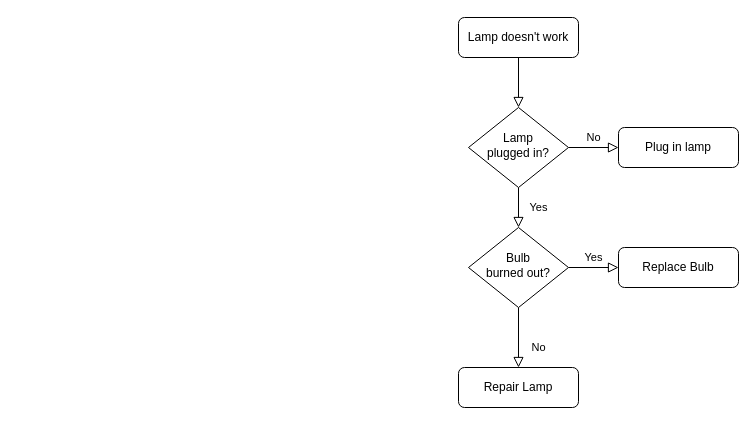
The draw.io diagram Untitled Diagram.drawio in zhuzicc/Springboot, before the edit. Source tidied: cells renumbered, new cells numbered last; positions are measured from the earlier drawing's top-left corner, leaving out a move shared by most shapes. Both pictures are drawn from the tidied source at 100%, with x=0, y=0 at pixel (458, 17).
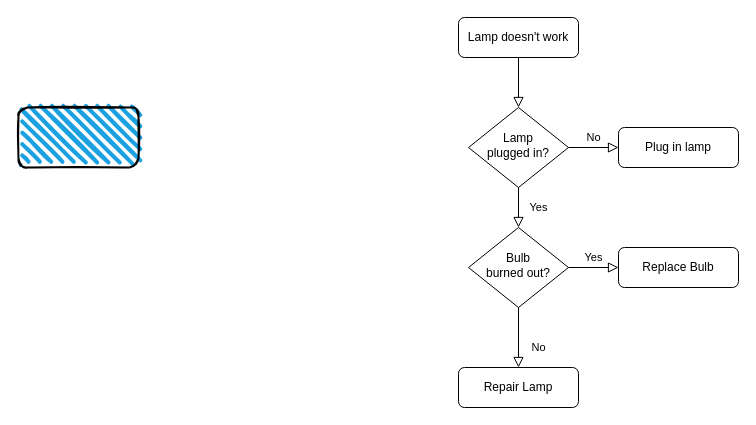
After the change.

What changed in the source:
```diff
@@
 <mxGraphModel>
   <root>
     <mxCell id="0" />
     <mxCell id="1" parent="0" />
     <mxCell id="2" style="rounded=0;html=1;jettySize=auto;fontSize=11;endArrow=block;endFill=0;endSize=8;strokeWidth=1;shadow=0;labelBackgroundColor=none;edgeStyle=orthogonalEdgeStyle;" parent="1" edge="1" source="3" target="6">
       <mxGeometry relative="1" as="geometry" />
     </mxCell>
     <mxCell id="3" value="Lamp doesn't work" style="rounded=1;whiteSpace=wrap;html=1;fontSize=12;glass=0;strokeWidth=1;shadow=0;" parent="1" vertex="1">
       <mxGeometry width="120" height="40" as="geometry" />
     </mxCell>
     <mxCell id="4" value="Yes" style="rounded=0;html=1;jettySize=auto;fontSize=11;endArrow=block;endFill=0;endSize=8;strokeWidth=1;shadow=0;labelBackgroundColor=none;edgeStyle=orthogonalEdgeStyle;" parent="1" edge="1" source="6" target="10">
       <mxGeometry y="20" relative="1" as="geometry" />
     </mxCell>
     <mxCell id="5" value="No" style="edgeStyle=orthogonalEdgeStyle;rounded=0;html=1;jettySize=auto;fontSize=11;endArrow=block;endFill=0;endSize=8;strokeWidth=1;shadow=0;labelBackgroundColor=none;" parent="1" edge="1" source="6" target="7">
       <mxGeometry y="10" relative="1" as="geometry" />
     </mxCell>
     <mxCell id="6" value="Lamp&lt;br&gt;plugged in?" style="rhombus;whiteSpace=wrap;html=1;shadow=0;fontFamily=Helvetica;fontSize=12;align=center;strokeWidth=1;spacing=6;spacingTop=-4;" parent="1" vertex="1">
       <mxGeometry x="10" y="90" width="100" height="80" as="geometry" />
     </mxCell>
     <mxCell id="7" value="Plug in lamp" style="rounded=1;whiteSpace=wrap;html=1;fontSize=12;glass=0;strokeWidth=1;shadow=0;" parent="1" vertex="1">
       <mxGeometry x="160" y="110" width="120" height="40" as="geometry" />
     </mxCell>
     <mxCell id="8" value="No" style="rounded=0;html=1;jettySize=auto;fontSize=11;endArrow=block;endFill=0;endSize=8;strokeWidth=1;shadow=0;labelBackgroundColor=none;edgeStyle=orthogonalEdgeStyle;" parent="1" edge="1" source="10" target="11">
       <mxGeometry x="0.33" y="20" relative="1" as="geometry" />
     </mxCell>
     <mxCell id="9" value="Yes" style="edgeStyle=orthogonalEdgeStyle;rounded=0;html=1;jettySize=auto;fontSize=11;endArrow=block;endFill=0;endSize=8;strokeWidth=1;shadow=0;labelBackgroundColor=none;" parent="1" edge="1" source="10" target="12">
       <mxGeometry y="10" relative="1" as="geometry" />
     </mxCell>
     <mxCell id="10" value="Bulb&lt;br&gt;burned out?" style="rhombus;whiteSpace=wrap;html=1;shadow=0;fontFamily=Helvetica;fontSize=12;align=center;strokeWidth=1;spacing=6;spacingTop=-4;" parent="1" vertex="1">
       <mxGeometry x="10" y="210" width="100" height="80" as="geometry" />
     </mxCell>
     <mxCell id="11" value="Repair Lamp" style="rounded=1;whiteSpace=wrap;html=1;fontSize=12;glass=0;strokeWidth=1;shadow=0;" parent="1" vertex="1">
       <mxGeometry y="350" width="120" height="40" as="geometry" />
     </mxCell>
     <mxCell id="12" value="Replace Bulb" style="rounded=1;whiteSpace=wrap;html=1;fontSize=12;glass=0;strokeWidth=1;shadow=0;" parent="1" vertex="1">
       <mxGeometry x="160" y="230" width="120" height="40" as="geometry" />
     </mxCell>
+    <mxCell id="13" style="rounded=1;whiteSpace=wrap;html=1;strokeWidth=2;fillWeight=4;hachureGap=8;hachureAngle=45;fillColor=#1ba1e2;sketch=1;" parent="1" vertex="1">
+      <mxGeometry x="-440" y="90" width="120" height="60" as="geometry" />
+    </mxCell>
   </root>
 </mxGraphModel>
```
